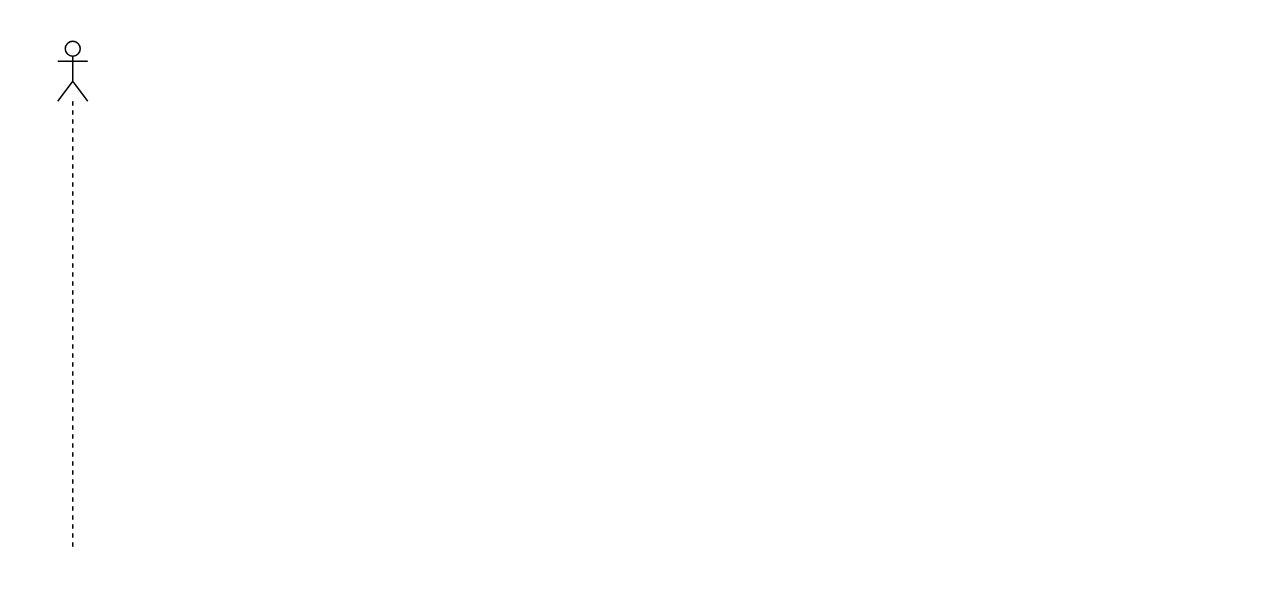
Above: AnaliseSistemasII/diagrama de interacao.drawio in owlprog-glitch/spiritpro (draw.io), before the change. Source tidied: cells renumbered, new cells numbered last; positions are measured from the earlier drawing's top-left corner, leaving out a move shared by most shapes. Both pictures are drawn from the tidied source at 150%, with x=0, y=0 at pixel (57, 40).
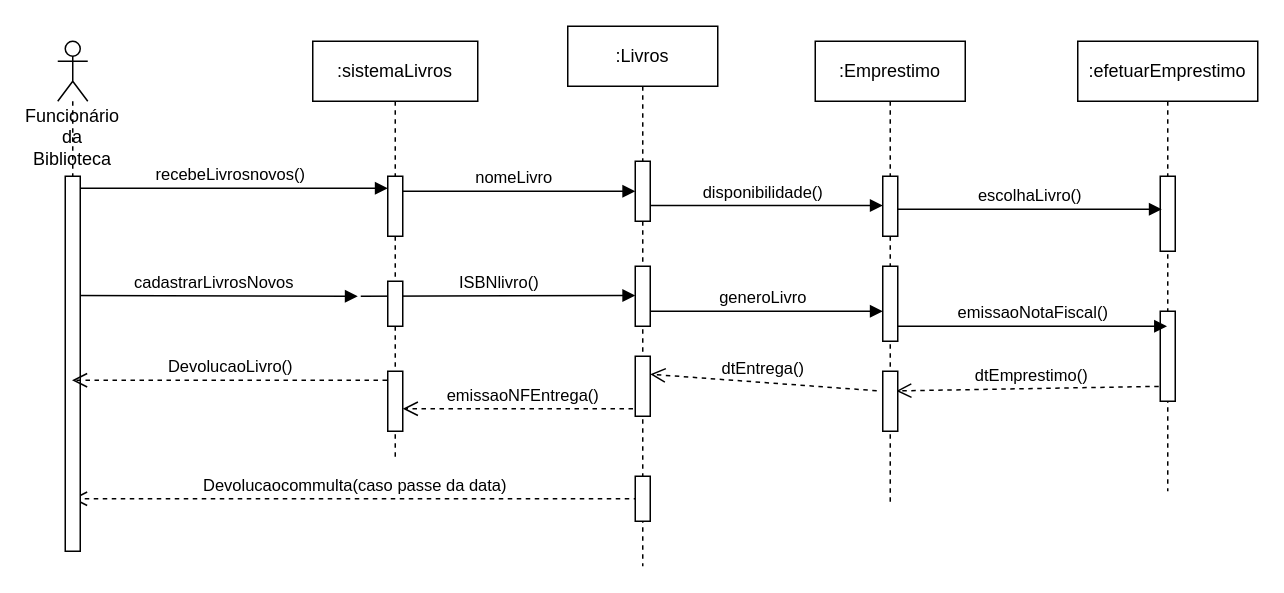
The same diagram, later.

Change to the diagram source:
```diff
@@
+    <mxCell id="3" value="Devolucaocommulta(caso passe da data)" style="html=1;verticalAlign=bottom;endArrow=open;dashed=1;endSize=8;exitX=0.2;exitY=0.267;exitDx=0;exitDy=0;exitPerimeter=0;" parent="1" edge="1">
+      <mxGeometry relative="1" as="geometry">
+        <mxPoint x="387" y="305" as="sourcePoint" />
+        <mxPoint x="9.5" y="305" as="targetPoint" />
+      </mxGeometry>
+    </mxCell>
+    <mxCell id="4" value="emissaoNFEntrega()" style="html=1;verticalAlign=bottom;endArrow=open;dashed=1;endSize=8;" parent="1" edge="1" source="17">
+      <mxGeometry relative="1" as="geometry">
+        <mxPoint x="230" y="245" as="targetPoint" />
+      </mxGeometry>
+    </mxCell>
+    <mxCell id="5" value="dtEmprestimo()" style="html=1;verticalAlign=bottom;endArrow=open;dashed=1;endSize=8;exitX=0.5;exitY=0.833;exitDx=0;exitDy=0;exitPerimeter=0;entryX=0.54;entryY=0.752;entryDx=0;entryDy=0;entryPerimeter=0;" parent="1" edge="1" source="28" target="22">
+      <mxGeometry relative="1" as="geometry" />
+    </mxCell>
+    <mxCell id="6" value="disponibilidade()" style="html=1;verticalAlign=bottom;endArrow=block;" parent="1" edge="1">
+      <mxGeometry relative="1" as="geometry">
+        <mxPoint x="390" y="109.5" as="sourcePoint" />
+        <mxPoint x="550" y="109.5" as="targetPoint" />
+      </mxGeometry>
+    </mxCell>
+    <mxCell id="7" value="generoLivro" style="html=1;verticalAlign=bottom;endArrow=block;" parent="1" edge="1">
+      <mxGeometry relative="1" as="geometry">
+        <mxPoint x="390" y="180" as="sourcePoint" />
+        <mxPoint x="550" y="180" as="targetPoint" />
+      </mxGeometry>
+    </mxCell>
+    <mxCell id="8" value="ISBNlivro()" style="html=1;verticalAlign=bottom;endArrow=block;" parent="1" edge="1">
+      <mxGeometry relative="1" as="geometry">
+        <mxPoint x="202" y="170" as="sourcePoint" />
+        <mxPoint x="385" y="169.5" as="targetPoint" />
+      </mxGeometry>
+    </mxCell>
+    <mxCell id="9" value="nomeLivro" style="html=1;verticalAlign=bottom;endArrow=block;exitX=0.2;exitY=0.25;exitDx=0;exitDy=0;exitPerimeter=0;" parent="1" edge="1" source="14" target="18">
+      <mxGeometry relative="1" as="geometry" />
+    </mxCell>
+    <mxCell id="10" value="cadastrarLivrosNovos" style="html=1;verticalAlign=bottom;endArrow=block;" parent="1" edge="1">
+      <mxGeometry relative="1" as="geometry">
+        <mxPoint x="9.5" y="169.5" as="sourcePoint" />
+        <mxPoint x="200" y="170" as="targetPoint" />
+      </mxGeometry>
+    </mxCell>
+    <mxCell id="11" value="recebeLivrosnovos()" style="html=1;verticalAlign=bottom;endArrow=block;entryX=0;entryY=0.2;entryDx=0;entryDy=0;entryPerimeter=0;" parent="1" edge="1" source="2" target="14">
+      <mxGeometry relative="1" as="geometry" />
+    </mxCell>
-    <mxCell id="2" style="shape=umlLifeline;participant=umlActor;perimeter=lifelinePerimeter;whiteSpace=wrap;html=1;verticalAlign=top;spacingTop=36;outlineConnect=0;" parent="1" vertex="1">
+    <mxCell id="2" value="Funcionário da Biblioteca" style="shape=umlLifeline;participant=umlActor;perimeter=lifelinePerimeter;whiteSpace=wrap;html=1;verticalAlign=top;spacingTop=36;outlineConnect=0;" parent="1" vertex="1">
       <mxGeometry width="20" height="340" as="geometry" />
     </mxCell>
+    <mxCell id="12" style="html=1;perimeter=orthogonalPerimeter;" parent="2" vertex="1">
+      <mxGeometry x="5" y="90" width="10" height="250" as="geometry" />
+    </mxCell>
+    <mxCell id="13" value=":sistemaLivros" style="shape=umlLifeline;perimeter=lifelinePerimeter;whiteSpace=wrap;html=1;" parent="1" vertex="1">
+      <mxGeometry x="170" width="110" height="280" as="geometry" />
+    </mxCell>
+    <mxCell id="14" style="html=1;points=[];perimeter=orthogonalPerimeter;" parent="13" vertex="1">
+      <mxGeometry x="50" y="90" width="10" height="40" as="geometry" />
+    </mxCell>
+    <mxCell id="15" style="html=1;perimeter=orthogonalPerimeter;" parent="13" vertex="1">
+      <mxGeometry x="50" y="160" width="10" height="30" as="geometry" />
+    </mxCell>
+    <mxCell id="16" style="html=1;perimeter=orthogonalPerimeter;" parent="13" vertex="1">
+      <mxGeometry x="50" y="220" width="10" height="40" as="geometry" />
+    </mxCell>
+    <mxCell id="17" value=":Livros" style="shape=umlLifeline;perimeter=lifelinePerimeter;whiteSpace=wrap;html=1;outlineConnect=0;" parent="1" vertex="1">
+      <mxGeometry x="340" y="-10" width="100" height="360" as="geometry" />
+    </mxCell>
+    <mxCell id="18" style="html=1;points=[];perimeter=orthogonalPerimeter;" parent="17" vertex="1">
+      <mxGeometry x="45" y="90" width="10" height="40" as="geometry" />
+    </mxCell>
+    <mxCell id="19" style="html=1;perimeter=orthogonalPerimeter;" parent="17" vertex="1">
+      <mxGeometry x="45" y="160" width="10" height="40" as="geometry" />
+    </mxCell>
+    <mxCell id="20" style="html=1;points=[];perimeter=orthogonalPerimeter;" parent="17" vertex="1">
+      <mxGeometry x="45" y="220" width="10" height="40" as="geometry" />
+    </mxCell>
+    <mxCell id="21" style="html=1;perimeter=orthogonalPerimeter;" parent="17" vertex="1">
+      <mxGeometry x="45" y="300" width="10" height="30" as="geometry" />
+    </mxCell>
+    <mxCell id="22" value=":Emprestimo" style="shape=umlLifeline;perimeter=lifelinePerimeter;whiteSpace=wrap;html=1;outlineConnect=0;" parent="1" vertex="1">
+      <mxGeometry x="505" width="100" height="310" as="geometry" />
+    </mxCell>
+    <mxCell id="23" style="html=1;perimeter=orthogonalPerimeter;" parent="22" vertex="1">
+      <mxGeometry x="45" y="150" width="10" height="50" as="geometry" />
+    </mxCell>
+    <mxCell id="24" style="html=1;perimeter=orthogonalPerimeter;" parent="22" vertex="1">
+      <mxGeometry x="45" y="90" width="10" height="40" as="geometry" />
+    </mxCell>
+    <mxCell id="25" style="html=1;points=[];perimeter=orthogonalPerimeter;" parent="22" vertex="1">
+      <mxGeometry x="45" y="220" width="10" height="40" as="geometry" />
+    </mxCell>
+    <mxCell id="26" value=":efetuarEmprestimo" style="shape=umlLifeline;perimeter=lifelinePerimeter;whiteSpace=wrap;html=1;" parent="1" vertex="1">
+      <mxGeometry x="680" width="120" height="300" as="geometry" />
+    </mxCell>
+    <mxCell id="27" style="html=1;points=[];perimeter=orthogonalPerimeter;" parent="26" vertex="1">
+      <mxGeometry x="55" y="90" width="10" height="50" as="geometry" />
+    </mxCell>
+    <mxCell id="28" style="html=1;points=[];perimeter=orthogonalPerimeter;" parent="26" vertex="1">
+      <mxGeometry x="55" y="180" width="10" height="60" as="geometry" />
+    </mxCell>
+    <mxCell id="29" value="escolhaLivro()" style="html=1;verticalAlign=bottom;endArrow=block;entryX=0.1;entryY=0.44;entryDx=0;entryDy=0;entryPerimeter=0;" parent="1" edge="1" target="27">
+      <mxGeometry relative="1" as="geometry">
+        <mxPoint x="560" y="112" as="sourcePoint" />
+      </mxGeometry>
+    </mxCell>
+    <mxCell id="30" value="emissaoNotaFiscal()" style="html=1;verticalAlign=bottom;endArrow=block;" parent="1" edge="1">
+      <mxGeometry relative="1" as="geometry">
+        <mxPoint x="560" y="190" as="sourcePoint" />
+        <mxPoint x="739.5" y="190" as="targetPoint" />
+      </mxGeometry>
+    </mxCell>
+    <mxCell id="31" value="dtEntrega()" style="html=1;verticalAlign=bottom;endArrow=open;dashed=1;endSize=8;entryX=1;entryY=0.3;entryDx=0;entryDy=0;entryPerimeter=0;exitX=-0.4;exitY=0.325;exitDx=0;exitDy=0;exitPerimeter=0;" parent="1" edge="1" source="25" target="20">
+      <mxGeometry relative="1" as="geometry" />
+    </mxCell>
+    <mxCell id="32" value="DevolucaoLivro()" style="html=1;verticalAlign=bottom;endArrow=open;dashed=1;endSize=8;" parent="1" edge="1">
+      <mxGeometry relative="1" as="geometry">
+        <mxPoint x="219.5" y="226" as="sourcePoint" />
+        <mxPoint x="9.5" y="226" as="targetPoint" />
+      </mxGeometry>
+    </mxCell>
```
